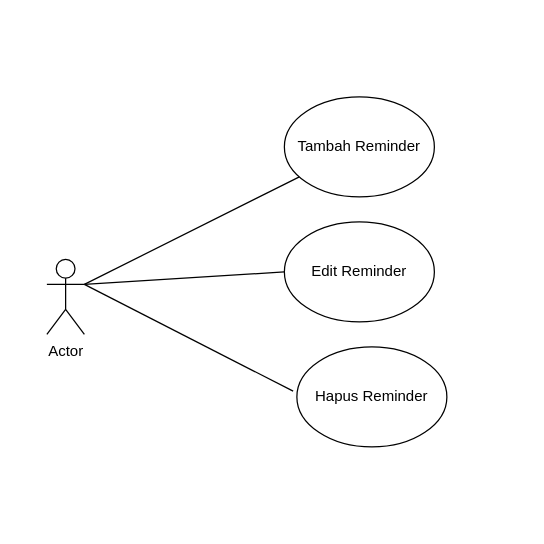
The draw.io diagram Untitled Diagram.drawio in nathaniasan/dataset, before the edit. Source tidied: cells renumbered, new cells numbered last; positions are measured from the earlier drawing's top-left corner, leaving out a move shared by most shapes. Both pictures are drawn from the tidied source at 125%, with x=0, y=0 at pixel (46, 96).
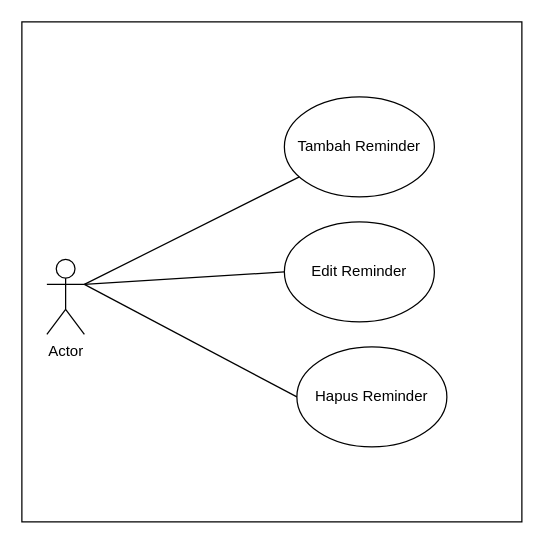
Above is the later version.

What changed in the source:
```diff
@@
 <mxGraphModel>
   <root>
     <mxCell id="0" />
     <mxCell id="1" parent="0" />
+    <mxCell id="9" style="rounded=0;whiteSpace=wrap;html=1;" parent="1" vertex="1">
+      <mxGeometry x="-20" y="-60" width="400" height="400" as="geometry" />
+    </mxCell>
     <mxCell id="2" value="Actor" style="shape=umlActor;verticalLabelPosition=bottom;verticalAlign=top;html=1;outlineConnect=0;" parent="1" vertex="1">
       <mxGeometry y="130" width="30" height="60" as="geometry" />
     </mxCell>
     <mxCell id="3" style="endArrow=none;html=1;rounded=0;exitX=1;exitY=0.3333333333333333;exitDx=0;exitDy=0;exitPerimeter=0;" parent="1" edge="1" source="2" target="4">
       <mxGeometry relative="1" as="geometry" />
     </mxCell>
     <mxCell id="4" value="Tambah Reminder" style="ellipse;whiteSpace=wrap;html=1;" parent="1" vertex="1">
       <mxGeometry x="190" width="120" height="80" as="geometry" />
     </mxCell>
     <mxCell id="5" value="Edit Reminder" style="ellipse;whiteSpace=wrap;html=1;" parent="1" vertex="1">
       <mxGeometry x="190" y="100" width="120" height="80" as="geometry" />
     </mxCell>
     <mxCell id="6" value="Hapus Reminder" style="ellipse;whiteSpace=wrap;html=1;" parent="1" vertex="1">
       <mxGeometry x="200" y="200" width="120" height="80" as="geometry" />
     </mxCell>
     <mxCell id="7" style="endArrow=none;html=1;rounded=0;entryX=0;entryY=0.5;entryDx=0;entryDy=0;" parent="1" edge="1" target="5">
       <mxGeometry relative="1" as="geometry">
         <mxPoint x="30" y="150" as="sourcePoint" />
       </mxGeometry>
     </mxCell>
-    <mxCell id="8" style="endArrow=none;html=1;rounded=0;entryX=-0.025;entryY=0.443;entryDx=0;entryDy=0;entryPerimeter=0;" parent="1" edge="1" target="6">
+    <mxCell id="8" style="endArrow=none;html=1;rounded=0;entryX=0;entryY=0.5;entryDx=0;entryDy=0;" parent="1" edge="1" target="6">
       <mxGeometry relative="1" as="geometry">
         <mxPoint x="30" y="150" as="sourcePoint" />
       </mxGeometry>
     </mxCell>
   </root>
 </mxGraphModel>
```
